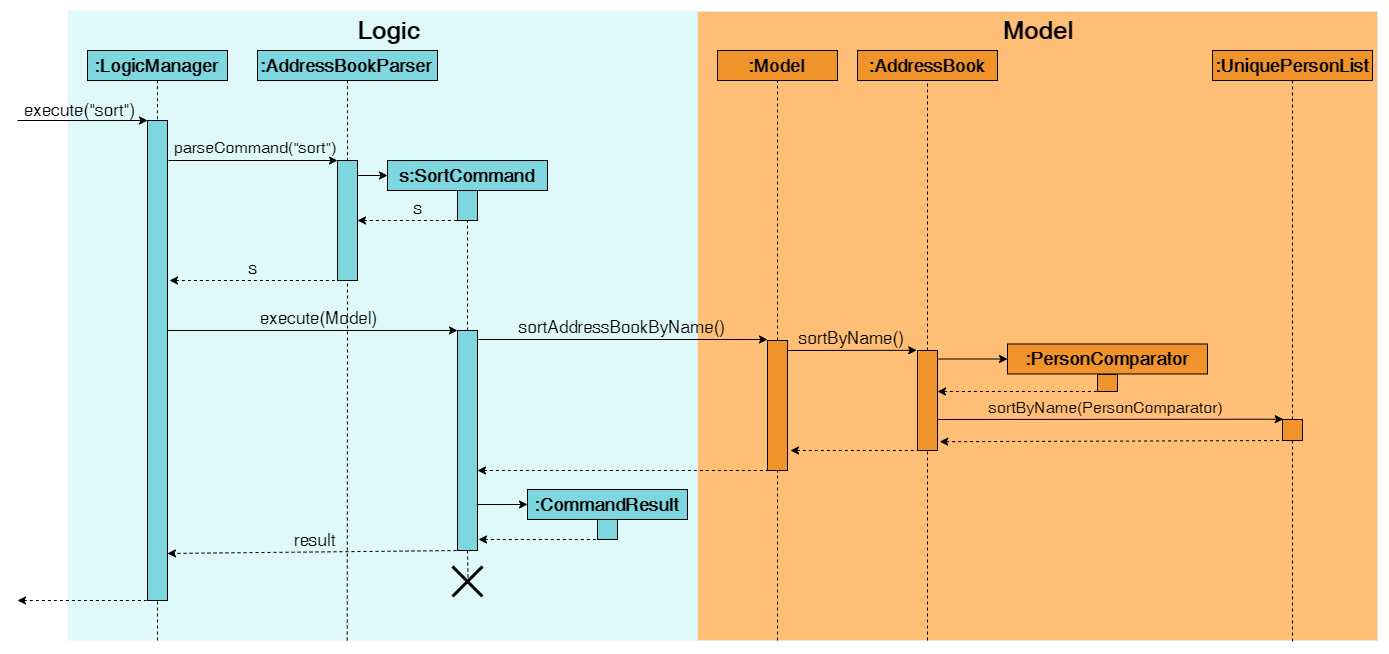
Earlier version of the draw.io export docs/images/SortCommandSequenceDiagram.png (nus-cs2103-AY1920S1/addressbook-level3). Source tidied: cells renumbered, new cells last; positions are measured from the earlier drawing's top-left corner, leaving out a move shared by most shapes.
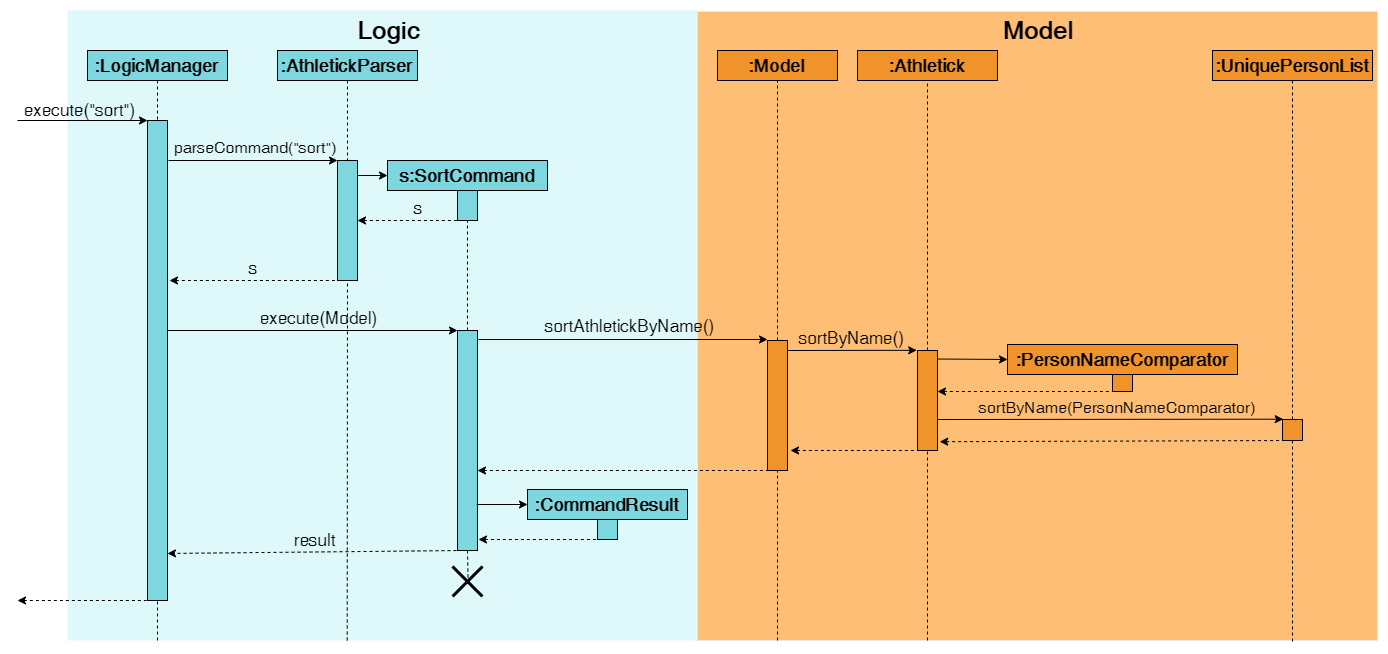
The same diagram one commit later.

Commit message:
Update UG and DG for calendar feature and sort command

Change to the diagram source:
```diff
@@ -16,8 +16,8 @@
     <mxCell id="5" style="edgeStyle=orthogonalEdgeStyle;rounded=0;jettySize=auto;html=1;exitX=0.5;exitY=1;exitDx=0;exitDy=0;dashed=1;startArrow=none;startFill=0;endArrow=none;endFill=0;entryX=0.5;entryY=0;entryDx=0;entryDy=0;" parent="1" edge="1" source="6" target="8">
       <mxGeometry relative="1" as="geometry" />
     </mxCell>
-    <mxCell id="6" value="&lt;font style=&quot;font-size: 18px&quot;&gt;:AddressBookParser&lt;/font&gt;" style="rounded=0;whiteSpace=wrap;html=1;fillColor=#7ed6df;strokeColor=#000000;fontSize=17;fontStyle=1;" parent="1" vertex="1">
-      <mxGeometry x="240" y="40" width="180" height="30" as="geometry" />
+    <mxCell id="6" value="&lt;span style=&quot;font-size: 18px&quot;&gt;:AthletickParser&lt;/span&gt;" style="rounded=0;whiteSpace=wrap;html=1;fillColor=#7ed6df;strokeColor=#000000;fontSize=17;fontStyle=1;" parent="1" vertex="1">
+      <mxGeometry x="260" y="40" width="140" height="30" as="geometry" />
     </mxCell>
     <mxCell id="7" style="rounded=0;whiteSpace=wrap;html=1;fillColor=#7ed6df;strokeColor=#000000;" parent="1" vertex="1">
       <mxGeometry x="130" y="110" width="20" height="480" as="geometry" />
@@ -54,7 +54,7 @@
         <mxPoint x="320" y="150" as="targetPoint" />
       </mxGeometry>
     </mxCell>
-    <mxCell id="16" value="parseCommand(&quot;sort&quot;)" style="text;html=1;align=left;verticalAlign=top;spacingTop=-4;fontSize=16;" parent="1" vertex="1">
+    <mxCell id="16" value="parseCommand(&quot;sort&quot;)" style="text;html=1;align=left;verticalAlign=top;spacingTop=-4;fontSize=16;fillColor=none;" parent="1" vertex="1">
       <mxGeometry x="155" y="125" width="140" height="20" as="geometry" />
     </mxCell>
     <mxCell id="17" style="endArrow=none;dashed=1;html=1;exitX=0.5;exitY=0;exitDx=0;exitDy=0;entryX=0.5;entryY=1;entryDx=0;entryDy=0;" parent="1" edge="1" source="18" target="11">
@@ -84,8 +84,8 @@
         <mxPoint x="750" y="329" as="targetPoint" />
       </mxGeometry>
     </mxCell>
-    <mxCell id="25" value="&lt;font style=&quot;font-size: 17px&quot;&gt;sortAddressBookByName()&lt;/font&gt;" style="text;html=1;align=left;verticalAlign=top;spacingTop=-4;" parent="1" vertex="1">
-      <mxGeometry x="500" y="304" width="220" height="20" as="geometry" />
+    <mxCell id="25" value="&lt;font style=&quot;font-size: 17px&quot;&gt;sortAthletickByName()&lt;/font&gt;" style="text;html=1;align=left;verticalAlign=top;spacingTop=-4;" parent="1" vertex="1">
+      <mxGeometry x="526" y="303" width="180" height="20" as="geometry" />
     </mxCell>
     <mxCell id="26" style="endArrow=none;dashed=1;html=1;entryX=0.5;entryY=1;entryDx=0;entryDy=0;startArrow=classic;startFill=1;" parent="1" edge="1" target="22">
       <mxGeometry relative="1" as="geometry">
@@ -162,7 +162,7 @@
     <mxCell id="45" style="endArrow=none;dashed=1;html=1;exitX=0.522;exitY=0.567;exitDx=0;exitDy=0;exitPerimeter=0;entryX=0.5;entryY=1;entryDx=0;entryDy=0;" parent="1" edge="1" source="41" target="18">
       <mxGeometry relative="1" as="geometry" />
     </mxCell>
-    <mxCell id="46" value=":AddressBook" style="rounded=0;whiteSpace=wrap;html=1;fillColor=#f0932b;strokeColor=#000000;fontSize=18;fontStyle=1;" parent="1" vertex="1">
+    <mxCell id="46" value=":Athletick" style="rounded=0;whiteSpace=wrap;html=1;fillColor=#f0932b;strokeColor=#000000;fontSize=18;fontStyle=1;" parent="1" vertex="1">
       <mxGeometry x="840" y="40" width="140" height="30" as="geometry" />
     </mxCell>
     <mxCell id="47" style="endArrow=none;dashed=1;html=1;entryX=0.5;entryY=1;entryDx=0;entryDy=0;exitX=0.5;exitY=0;exitDx=0;exitDy=0;" parent="1" edge="1" source="48" target="46">
@@ -211,14 +211,14 @@
     <mxCell id="58" value="&lt;font style=&quot;font-size: 17px&quot;&gt;sortByName()&lt;/font&gt;" style="text;html=1;align=left;verticalAlign=top;spacingTop=-4;" parent="1" vertex="1">
       <mxGeometry x="780" y="315" width="120" height="20" as="geometry" />
     </mxCell>
-    <mxCell id="59" value="&lt;font style=&quot;font-size: 16px&quot;&gt;sortByName(PersonComparator)&lt;/font&gt;" style="text;html=1;align=left;verticalAlign=top;spacingTop=-4;fontSize=14;" parent="1" vertex="1">
-      <mxGeometry x="970" y="385" width="250" height="20" as="geometry" />
+    <mxCell id="59" value="&lt;font style=&quot;font-size: 16px&quot;&gt;sortByName(PersonNameComparator)&lt;/font&gt;" style="text;html=1;align=left;verticalAlign=top;spacingTop=-4;fontSize=14;" parent="1" vertex="1">
+      <mxGeometry x="960" y="385" width="290" height="20" as="geometry" />
     </mxCell>
-    <mxCell id="60" value="&lt;font size=&quot;1&quot;&gt;&lt;b style=&quot;font-size: 18px&quot;&gt;:PersonComparator&lt;/b&gt;&lt;/font&gt;" style="rounded=0;whiteSpace=wrap;html=1;fillColor=#F0932B;strokeColor=#000000;" parent="1" vertex="1">
-      <mxGeometry x="990" y="333.5" width="200" height="30" as="geometry" />
+    <mxCell id="60" value="&lt;font size=&quot;1&quot;&gt;&lt;b style=&quot;font-size: 18px&quot;&gt;:PersonNameComparator&lt;/b&gt;&lt;/font&gt;" style="rounded=0;whiteSpace=wrap;html=1;fillColor=#F0932B;strokeColor=#000000;" parent="1" vertex="1">
+      <mxGeometry x="990" y="334" width="230" height="30" as="geometry" />
     </mxCell>
     <mxCell id="61" style="rounded=0;whiteSpace=wrap;html=1;fillColor=#F0932B;strokeColor=#000000;" parent="1" vertex="1">
-      <mxGeometry x="1080" y="364" width="20" height="17" as="geometry" />
+      <mxGeometry x="1095" y="364" width="20" height="17" as="geometry" />
     </mxCell>
     <mxCell id="62" style="endArrow=classic;html=1;entryX=0;entryY=0.5;entryDx=0;entryDy=0;exitX=1;exitY=0.75;exitDx=0;exitDy=0;" parent="1" edge="1" target="60">
       <mxGeometry relative="1" as="geometry">
```
